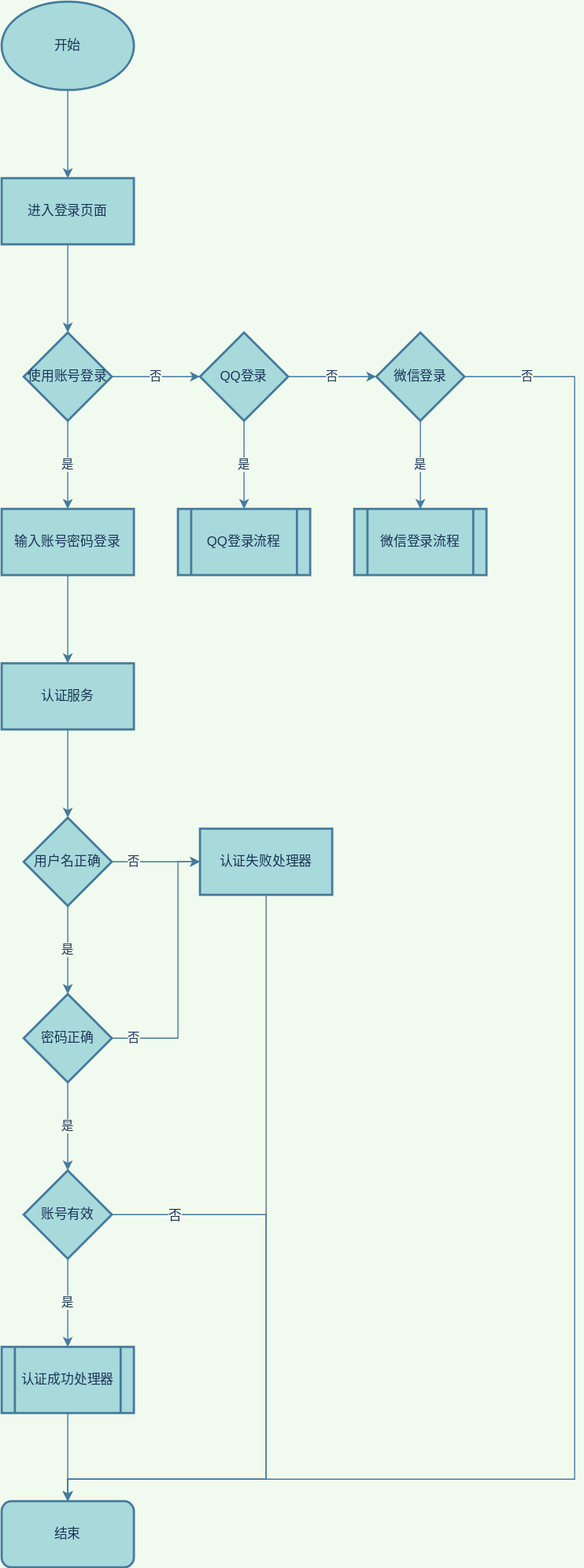
GitHubFeiLong/goudong-java keeps this draw.io diagram as goudong-oauth2-server/README.assets/用户认证流程.svg. Above is the earlier version. Source tidied: cells renumbered, new cells last; positions are measured from the earlier drawing's top-left corner, leaving out a move shared by most shapes.
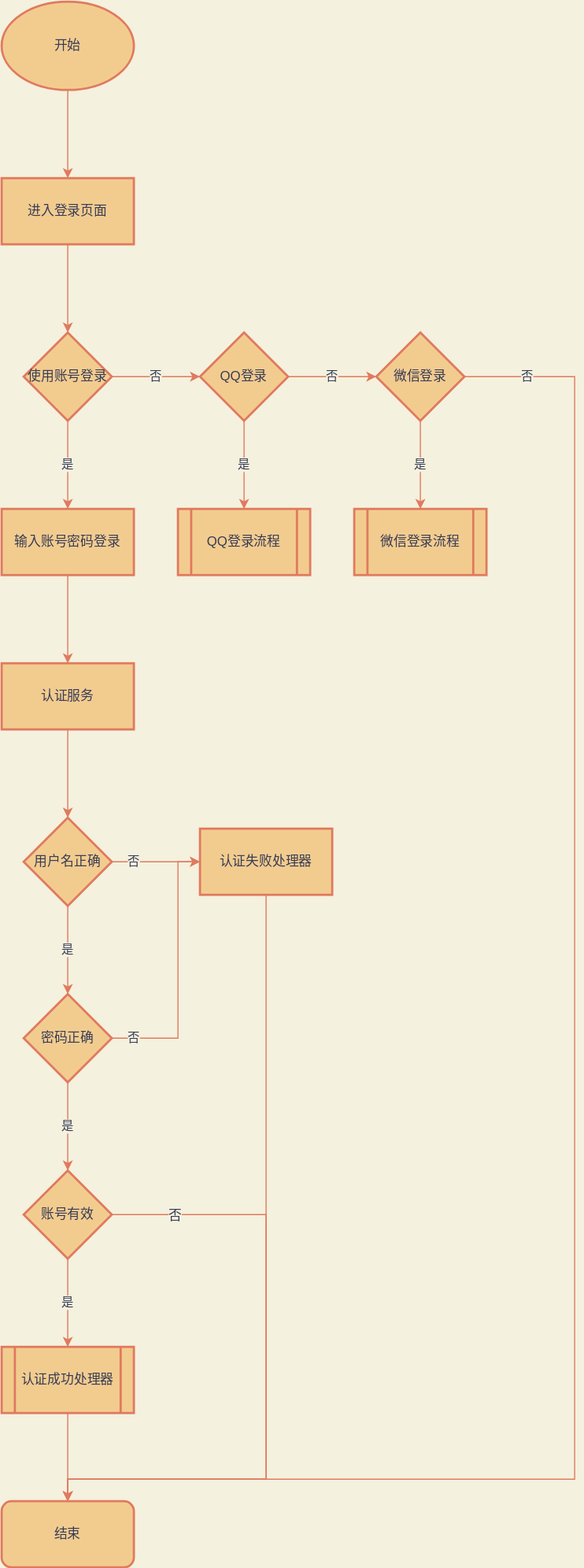
The same diagram one commit later.

What changed in the source:
```diff
@@ -1,41 +1,41 @@
-<mxGraphModel background="#F1FAEE">
+<mxGraphModel background="#F4F1DE">
   <root>
     <mxCell id="0" />
     <mxCell id="1" parent="0" />
-    <mxCell id="2" style="edgeStyle=orthogonalEdgeStyle;rounded=0;jettySize=auto;html=1;labelBackgroundColor=#F1FAEE;strokeColor=#457B9D;fontColor=#1D3557;" parent="1" edge="1" source="3" target="5">
+    <mxCell id="2" style="edgeStyle=orthogonalEdgeStyle;rounded=0;jettySize=auto;html=1;strokeColor=#E07A5F;fontColor=#393C56;labelBackgroundColor=#F4F1DE;" parent="1" edge="1" source="3" target="5">
       <mxGeometry relative="1" as="geometry" />
     </mxCell>
-    <mxCell id="3" value="开始" style="ellipse;whiteSpace=wrap;html=1;strokeWidth=2;fillColor=#A8DADC;strokeColor=#457B9D;fontColor=#1D3557;" parent="1" vertex="1">
+    <mxCell id="3" value="开始" style="ellipse;whiteSpace=wrap;html=1;strokeWidth=2;fillColor=#F2CC8F;strokeColor=#E07A5F;fontColor=#393C56;" parent="1" vertex="1">
       <mxGeometry width="120" height="80" as="geometry" />
     </mxCell>
-    <mxCell id="4" style="edgeStyle=orthogonalEdgeStyle;rounded=0;jettySize=auto;html=1;labelBackgroundColor=#F1FAEE;strokeColor=#457B9D;fontColor=#1D3557;" parent="1" edge="1" source="5" target="8">
+    <mxCell id="4" style="edgeStyle=orthogonalEdgeStyle;rounded=0;jettySize=auto;html=1;strokeColor=#E07A5F;fontColor=#393C56;labelBackgroundColor=#F4F1DE;" parent="1" edge="1" source="5" target="8">
       <mxGeometry relative="1" as="geometry" />
     </mxCell>
-    <mxCell id="5" value="进入登录页面" style="rounded=0;whiteSpace=wrap;html=1;strokeWidth=2;fillColor=#A8DADC;strokeColor=#457B9D;fontColor=#1D3557;" parent="1" vertex="1">
+    <mxCell id="5" value="进入登录页面" style="rounded=0;whiteSpace=wrap;html=1;strokeWidth=2;fillColor=#F2CC8F;strokeColor=#E07A5F;fontColor=#393C56;" parent="1" vertex="1">
       <mxGeometry y="160" width="120" height="60" as="geometry" />
     </mxCell>
-    <mxCell id="6" value="是" style="edgeStyle=orthogonalEdgeStyle;rounded=0;jettySize=auto;html=1;entryX=0.5;entryY=0;entryDx=0;entryDy=0;entryPerimeter=0;labelBackgroundColor=#F1FAEE;strokeColor=#457B9D;fontColor=#1D3557;" parent="1" edge="1" source="8" target="16">
+    <mxCell id="6" value="是" style="edgeStyle=orthogonalEdgeStyle;rounded=0;jettySize=auto;html=1;entryX=0.5;entryY=0;entryDx=0;entryDy=0;entryPerimeter=0;strokeColor=#E07A5F;fontColor=#393C56;labelBackgroundColor=#F4F1DE;" parent="1" edge="1" source="8" target="16">
       <mxGeometry relative="1" as="geometry" />
     </mxCell>
-    <mxCell id="7" value="否" style="edgeStyle=orthogonalEdgeStyle;rounded=0;jettySize=auto;html=1;labelBackgroundColor=#F1FAEE;strokeColor=#457B9D;fontColor=#1D3557;" parent="1" edge="1" source="8" target="11">
+    <mxCell id="7" value="否" style="edgeStyle=orthogonalEdgeStyle;rounded=0;jettySize=auto;html=1;strokeColor=#E07A5F;fontColor=#393C56;labelBackgroundColor=#F4F1DE;" parent="1" edge="1" source="8" target="11">
       <mxGeometry relative="1" as="geometry" />
     </mxCell>
-    <mxCell id="8" value="使用账号登录" style="rhombus;whiteSpace=wrap;html=1;strokeWidth=2;fillColor=#A8DADC;strokeColor=#457B9D;fontColor=#1D3557;" parent="1" vertex="1">
+    <mxCell id="8" value="使用账号登录" style="rhombus;whiteSpace=wrap;html=1;strokeWidth=2;fillColor=#F2CC8F;strokeColor=#E07A5F;fontColor=#393C56;" parent="1" vertex="1">
       <mxGeometry x="20" y="300" width="80" height="80" as="geometry" />
     </mxCell>
-    <mxCell id="9" value="否" style="edgeStyle=orthogonalEdgeStyle;rounded=0;jettySize=auto;html=1;labelBackgroundColor=#F1FAEE;strokeColor=#457B9D;fontColor=#1D3557;" parent="1" edge="1" source="11" target="14">
+    <mxCell id="9" value="否" style="edgeStyle=orthogonalEdgeStyle;rounded=0;jettySize=auto;html=1;strokeColor=#E07A5F;fontColor=#393C56;labelBackgroundColor=#F4F1DE;" parent="1" edge="1" source="11" target="14">
       <mxGeometry relative="1" as="geometry" />
     </mxCell>
-    <mxCell id="10" value="是" style="edgeStyle=orthogonalEdgeStyle;rounded=0;jettySize=auto;html=1;entryX=0.5;entryY=0;entryDx=0;entryDy=0;labelBackgroundColor=#F1FAEE;strokeColor=#457B9D;fontColor=#1D3557;" parent="1" edge="1" source="11" target="17">
+    <mxCell id="10" value="是" style="edgeStyle=orthogonalEdgeStyle;rounded=0;jettySize=auto;html=1;entryX=0.5;entryY=0;entryDx=0;entryDy=0;strokeColor=#E07A5F;fontColor=#393C56;labelBackgroundColor=#F4F1DE;" parent="1" edge="1" source="11" target="17">
       <mxGeometry relative="1" as="geometry" />
     </mxCell>
-    <mxCell id="11" value="QQ登录" style="rhombus;whiteSpace=wrap;html=1;strokeWidth=2;fillColor=#A8DADC;strokeColor=#457B9D;fontColor=#1D3557;" parent="1" vertex="1">
+    <mxCell id="11" value="QQ登录" style="rhombus;whiteSpace=wrap;html=1;strokeWidth=2;fillColor=#F2CC8F;strokeColor=#E07A5F;fontColor=#393C56;" parent="1" vertex="1">
       <mxGeometry x="180" y="300" width="80" height="80" as="geometry" />
     </mxCell>
-    <mxCell id="12" value="是" style="edgeStyle=orthogonalEdgeStyle;rounded=0;jettySize=auto;html=1;labelBackgroundColor=#F1FAEE;strokeColor=#457B9D;fontColor=#1D3557;" parent="1" edge="1" source="14" target="18">
+    <mxCell id="12" value="是" style="edgeStyle=orthogonalEdgeStyle;rounded=0;jettySize=auto;html=1;strokeColor=#E07A5F;fontColor=#393C56;labelBackgroundColor=#F4F1DE;" parent="1" edge="1" source="14" target="18">
       <mxGeometry relative="1" as="geometry" />
     </mxCell>
-    <mxCell id="13" value="否" style="edgeStyle=orthogonalEdgeStyle;rounded=0;jettySize=auto;html=1;entryX=0.5;entryY=0;entryDx=0;entryDy=0;labelBackgroundColor=#F1FAEE;strokeColor=#457B9D;fontColor=#1D3557;" parent="1" edge="1" source="14" target="35">
+    <mxCell id="13" value="否" style="edgeStyle=orthogonalEdgeStyle;rounded=0;jettySize=auto;html=1;entryX=0.5;entryY=0;entryDx=0;entryDy=0;strokeColor=#E07A5F;fontColor=#393C56;labelBackgroundColor=#F4F1DE;" parent="1" edge="1" source="14" target="35">
       <mxGeometry x="-0.93" relative="1" as="geometry">
         <Array as="points">
           <mxPoint x="520" y="340" />
@@ -45,37 +45,37 @@
         <mxPoint x="1" as="offset" />
       </mxGeometry>
     </mxCell>
-    <mxCell id="14" value="微信登录" style="rhombus;whiteSpace=wrap;html=1;strokeWidth=2;fillColor=#A8DADC;strokeColor=#457B9D;fontColor=#1D3557;" parent="1" vertex="1">
+    <mxCell id="14" value="微信登录" style="rhombus;whiteSpace=wrap;html=1;strokeWidth=2;fillColor=#F2CC8F;strokeColor=#E07A5F;fontColor=#393C56;" parent="1" vertex="1">
       <mxGeometry x="340" y="300" width="80" height="80" as="geometry" />
     </mxCell>
-    <mxCell id="15" style="edgeStyle=orthogonalEdgeStyle;rounded=0;jettySize=auto;html=1;labelBackgroundColor=#F1FAEE;strokeColor=#457B9D;fontColor=#1D3557;" parent="1" edge="1" source="16" target="20">
+    <mxCell id="15" style="edgeStyle=orthogonalEdgeStyle;rounded=0;jettySize=auto;html=1;strokeColor=#E07A5F;fontColor=#393C56;labelBackgroundColor=#F4F1DE;" parent="1" edge="1" source="16" target="20">
       <mxGeometry relative="1" as="geometry" />
     </mxCell>
-    <mxCell id="16" value="输入账号密码登录" style="rounded=0;whiteSpace=wrap;html=1;strokeWidth=2;fillColor=#A8DADC;strokeColor=#457B9D;fontColor=#1D3557;" parent="1" vertex="1">
+    <mxCell id="16" value="输入账号密码登录" style="rounded=0;whiteSpace=wrap;html=1;strokeWidth=2;fillColor=#F2CC8F;strokeColor=#E07A5F;fontColor=#393C56;" parent="1" vertex="1">
       <mxGeometry y="460" width="120" height="60" as="geometry" />
     </mxCell>
-    <mxCell id="17" value="QQ登录流程" style="shape=process;whiteSpace=wrap;html=1;backgroundOutline=1;strokeWidth=2;fillColor=#A8DADC;strokeColor=#457B9D;fontColor=#1D3557;" parent="1" vertex="1">
+    <mxCell id="17" value="QQ登录流程" style="shape=process;whiteSpace=wrap;html=1;backgroundOutline=1;strokeWidth=2;fillColor=#F2CC8F;strokeColor=#E07A5F;fontColor=#393C56;" parent="1" vertex="1">
       <mxGeometry x="160" y="460" width="120" height="60" as="geometry" />
     </mxCell>
-    <mxCell id="18" value="微信登录流程" style="shape=process;whiteSpace=wrap;html=1;backgroundOutline=1;strokeWidth=2;fillColor=#A8DADC;strokeColor=#457B9D;fontColor=#1D3557;" parent="1" vertex="1">
+    <mxCell id="18" value="微信登录流程" style="shape=process;whiteSpace=wrap;html=1;backgroundOutline=1;strokeWidth=2;fillColor=#F2CC8F;strokeColor=#E07A5F;fontColor=#393C56;" parent="1" vertex="1">
       <mxGeometry x="320" y="460" width="120" height="60" as="geometry" />
     </mxCell>
-    <mxCell id="19" style="edgeStyle=orthogonalEdgeStyle;rounded=0;jettySize=auto;html=1;entryX=0.5;entryY=0;entryDx=0;entryDy=0;labelBackgroundColor=#F1FAEE;strokeColor=#457B9D;fontColor=#1D3557;" parent="1" edge="1" source="20" target="23">
+    <mxCell id="19" style="edgeStyle=orthogonalEdgeStyle;rounded=0;jettySize=auto;html=1;entryX=0.5;entryY=0;entryDx=0;entryDy=0;strokeColor=#E07A5F;fontColor=#393C56;labelBackgroundColor=#F4F1DE;" parent="1" edge="1" source="20" target="23">
       <mxGeometry relative="1" as="geometry" />
     </mxCell>
-    <mxCell id="20" value="认证服务" style="rounded=0;whiteSpace=wrap;html=1;strokeWidth=2;fillColor=#A8DADC;strokeColor=#457B9D;fontColor=#1D3557;" parent="1" vertex="1">
+    <mxCell id="20" value="认证服务" style="rounded=0;whiteSpace=wrap;html=1;strokeWidth=2;fillColor=#F2CC8F;strokeColor=#E07A5F;fontColor=#393C56;" parent="1" vertex="1">
       <mxGeometry y="600" width="120" height="60" as="geometry" />
     </mxCell>
-    <mxCell id="21" value="否" style="edgeStyle=orthogonalEdgeStyle;rounded=0;jettySize=auto;html=1;entryX=0;entryY=0.5;entryDx=0;entryDy=0;labelBackgroundColor=#F1FAEE;strokeColor=#457B9D;fontColor=#1D3557;" parent="1" edge="1" source="23" target="32">
+    <mxCell id="21" value="否" style="edgeStyle=orthogonalEdgeStyle;rounded=0;jettySize=auto;html=1;entryX=0;entryY=0.5;entryDx=0;entryDy=0;strokeColor=#E07A5F;fontColor=#393C56;labelBackgroundColor=#F4F1DE;" parent="1" edge="1" source="23" target="32">
       <mxGeometry x="-0.5" relative="1" as="geometry" />
     </mxCell>
-    <mxCell id="22" value="是" style="edgeStyle=orthogonalEdgeStyle;rounded=0;jettySize=auto;html=1;labelBackgroundColor=#F1FAEE;strokeColor=#457B9D;fontColor=#1D3557;" parent="1" edge="1" source="23" target="26">
+    <mxCell id="22" value="是" style="edgeStyle=orthogonalEdgeStyle;rounded=0;jettySize=auto;html=1;strokeColor=#E07A5F;fontColor=#393C56;labelBackgroundColor=#F4F1DE;" parent="1" edge="1" source="23" target="26">
       <mxGeometry relative="1" as="geometry" />
     </mxCell>
-    <mxCell id="23" value="用户名正确" style="rhombus;whiteSpace=wrap;html=1;strokeWidth=2;fillColor=#A8DADC;strokeColor=#457B9D;fontColor=#1D3557;" parent="1" vertex="1">
+    <mxCell id="23" value="用户名正确" style="rhombus;whiteSpace=wrap;html=1;strokeWidth=2;fillColor=#F2CC8F;strokeColor=#E07A5F;fontColor=#393C56;" parent="1" vertex="1">
       <mxGeometry x="20" y="740" width="80" height="80" as="geometry" />
     </mxCell>
-    <mxCell id="24" value="否" style="edgeStyle=orthogonalEdgeStyle;rounded=0;jettySize=auto;html=1;entryX=0;entryY=0.5;entryDx=0;entryDy=0;labelBackgroundColor=#F1FAEE;strokeColor=#457B9D;fontColor=#1D3557;" parent="1" edge="1" source="26" target="32">
+    <mxCell id="24" value="否" style="edgeStyle=orthogonalEdgeStyle;rounded=0;jettySize=auto;html=1;entryX=0;entryY=0.5;entryDx=0;entryDy=0;strokeColor=#E07A5F;fontColor=#393C56;labelBackgroundColor=#F4F1DE;" parent="1" edge="1" source="26" target="32">
       <mxGeometry x="-0.83" relative="1" as="geometry">
         <Array as="points">
           <mxPoint x="160" y="940" />
@@ -83,16 +83,16 @@
         </Array>
       </mxGeometry>
     </mxCell>
-    <mxCell id="25" value="是" style="edgeStyle=orthogonalEdgeStyle;rounded=0;jettySize=auto;html=1;labelBackgroundColor=#F1FAEE;strokeColor=#457B9D;fontColor=#1D3557;" parent="1" edge="1" source="26" target="30">
+    <mxCell id="25" value="是" style="edgeStyle=orthogonalEdgeStyle;rounded=0;jettySize=auto;html=1;strokeColor=#E07A5F;fontColor=#393C56;labelBackgroundColor=#F4F1DE;" parent="1" edge="1" source="26" target="30">
       <mxGeometry relative="1" as="geometry" />
     </mxCell>
-    <mxCell id="26" value="密码正确" style="rhombus;whiteSpace=wrap;html=1;strokeWidth=2;fillColor=#A8DADC;strokeColor=#457B9D;fontColor=#1D3557;" parent="1" vertex="1">
+    <mxCell id="26" value="密码正确" style="rhombus;whiteSpace=wrap;html=1;strokeWidth=2;fillColor=#F2CC8F;strokeColor=#E07A5F;fontColor=#393C56;" parent="1" vertex="1">
       <mxGeometry x="20" y="900" width="80" height="80" as="geometry" />
     </mxCell>
-    <mxCell id="27" value="是" style="edgeStyle=orthogonalEdgeStyle;rounded=0;jettySize=auto;html=1;labelBackgroundColor=#F1FAEE;strokeColor=#457B9D;fontColor=#1D3557;" parent="1" edge="1" source="30" target="34">
+    <mxCell id="27" value="是" style="edgeStyle=orthogonalEdgeStyle;rounded=0;jettySize=auto;html=1;strokeColor=#E07A5F;fontColor=#393C56;labelBackgroundColor=#F4F1DE;" parent="1" edge="1" source="30" target="34">
       <mxGeometry relative="1" as="geometry" />
     </mxCell>
-    <mxCell id="28" style="edgeStyle=orthogonalEdgeStyle;rounded=0;jettySize=auto;html=1;entryX=0.5;entryY=0;entryDx=0;entryDy=0;labelBackgroundColor=#F1FAEE;strokeColor=#457B9D;fontColor=#1D3557;" parent="1" edge="1" source="30" target="35">
+    <mxCell id="28" style="edgeStyle=orthogonalEdgeStyle;rounded=0;jettySize=auto;html=1;entryX=0.5;entryY=0;entryDx=0;entryDy=0;strokeColor=#E07A5F;fontColor=#393C56;labelBackgroundColor=#F4F1DE;" parent="1" edge="1" source="30" target="35">
       <mxGeometry relative="1" as="geometry">
         <Array as="points">
           <mxPoint x="240" y="1100" />
@@ -101,13 +101,13 @@
         </Array>
       </mxGeometry>
     </mxCell>
-    <mxCell id="29" value="否" style="text;html=1;align=center;verticalAlign=middle;labelBackgroundColor=#F1FAEE;fontColor=#1D3557;" parent="28" vertex="1">
+    <mxCell id="29" value="否" style="text;html=1;align=center;verticalAlign=middle;fontColor=#393C56;labelBackgroundColor=#F4F1DE;" parent="28" vertex="1">
       <mxGeometry x="-0.81" relative="1" as="geometry" />
     </mxCell>
-    <mxCell id="30" value="账号有效" style="rhombus;whiteSpace=wrap;html=1;strokeWidth=2;fillColor=#A8DADC;strokeColor=#457B9D;fontColor=#1D3557;" parent="1" vertex="1">
+    <mxCell id="30" value="账号有效" style="rhombus;whiteSpace=wrap;html=1;strokeWidth=2;fillColor=#F2CC8F;strokeColor=#E07A5F;fontColor=#393C56;" parent="1" vertex="1">
       <mxGeometry x="20" y="1060" width="80" height="80" as="geometry" />
     </mxCell>
-    <mxCell id="31" style="edgeStyle=orthogonalEdgeStyle;rounded=0;jettySize=auto;html=1;entryX=0.5;entryY=0;entryDx=0;entryDy=0;labelBackgroundColor=#F1FAEE;strokeColor=#457B9D;fontColor=#1D3557;" parent="1" edge="1" source="32" target="35">
+    <mxCell id="31" style="edgeStyle=orthogonalEdgeStyle;rounded=0;jettySize=auto;html=1;entryX=0.5;entryY=0;entryDx=0;entryDy=0;strokeColor=#E07A5F;fontColor=#393C56;labelBackgroundColor=#F4F1DE;" parent="1" edge="1" source="32" target="35">
       <mxGeometry relative="1" as="geometry">
         <Array as="points">
           <mxPoint x="240" y="1340" />
@@ -115,16 +115,16 @@
         </Array>
       </mxGeometry>
     </mxCell>
-    <mxCell id="32" value="认证失败处理器" style="rounded=0;whiteSpace=wrap;html=1;strokeWidth=2;fillColor=#A8DADC;strokeColor=#457B9D;fontColor=#1D3557;" parent="1" vertex="1">
+    <mxCell id="32" value="认证失败处理器" style="rounded=0;whiteSpace=wrap;html=1;strokeWidth=2;fillColor=#F2CC8F;strokeColor=#E07A5F;fontColor=#393C56;" parent="1" vertex="1">
       <mxGeometry x="180" y="750" width="120" height="60" as="geometry" />
     </mxCell>
-    <mxCell id="33" style="edgeStyle=orthogonalEdgeStyle;rounded=0;jettySize=auto;html=1;labelBackgroundColor=#F1FAEE;strokeColor=#457B9D;fontColor=#1D3557;" parent="1" edge="1" source="34" target="35">
+    <mxCell id="33" style="edgeStyle=orthogonalEdgeStyle;rounded=0;jettySize=auto;html=1;strokeColor=#E07A5F;fontColor=#393C56;labelBackgroundColor=#F4F1DE;" parent="1" edge="1" source="34" target="35">
       <mxGeometry relative="1" as="geometry" />
     </mxCell>
-    <mxCell id="34" value="认证成功处理器" style="shape=process;whiteSpace=wrap;html=1;backgroundOutline=1;strokeWidth=2;fillColor=#A8DADC;strokeColor=#457B9D;fontColor=#1D3557;" parent="1" vertex="1">
+    <mxCell id="34" value="认证成功处理器" style="shape=process;whiteSpace=wrap;html=1;backgroundOutline=1;strokeWidth=2;fillColor=#F2CC8F;strokeColor=#E07A5F;fontColor=#393C56;" parent="1" vertex="1">
       <mxGeometry y="1220" width="120" height="60" as="geometry" />
     </mxCell>
-    <mxCell id="35" value="结束" style="rounded=1;whiteSpace=wrap;html=1;strokeWidth=2;fillColor=#A8DADC;strokeColor=#457B9D;fontColor=#1D3557;" parent="1" vertex="1">
+    <mxCell id="35" value="结束" style="rounded=1;whiteSpace=wrap;html=1;strokeWidth=2;fillColor=#F2CC8F;strokeColor=#E07A5F;fontColor=#393C56;" parent="1" vertex="1">
       <mxGeometry y="1360" width="120" height="60" as="geometry" />
     </mxCell>
   </root>
```
